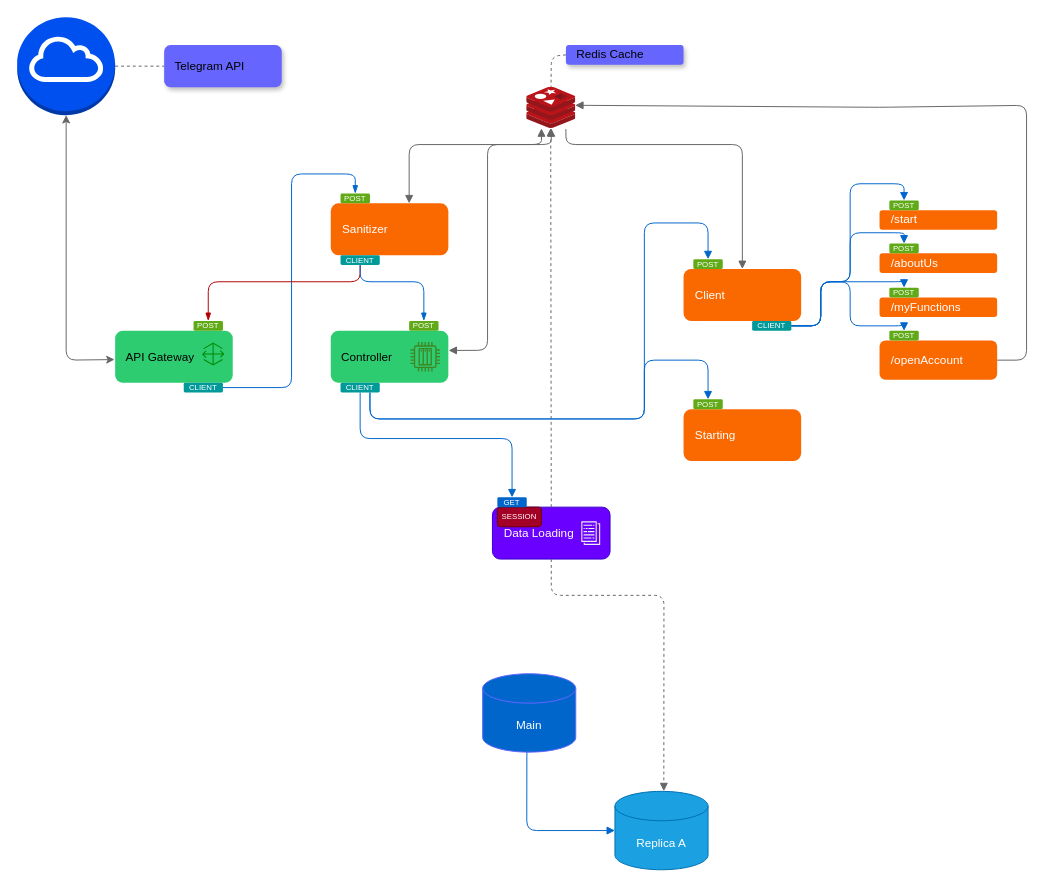
Before: microsservices.drawio in romuro-pauliv/Barium, a draw.io diagram. Source tidied: cells renumbered, new cells numbered last; positions are measured from the earlier drawing's top-left corner, leaving out a move shared by most shapes. Both pictures are drawn from the tidied source at 98%, with x=0, y=0 at pixel (17, 17).
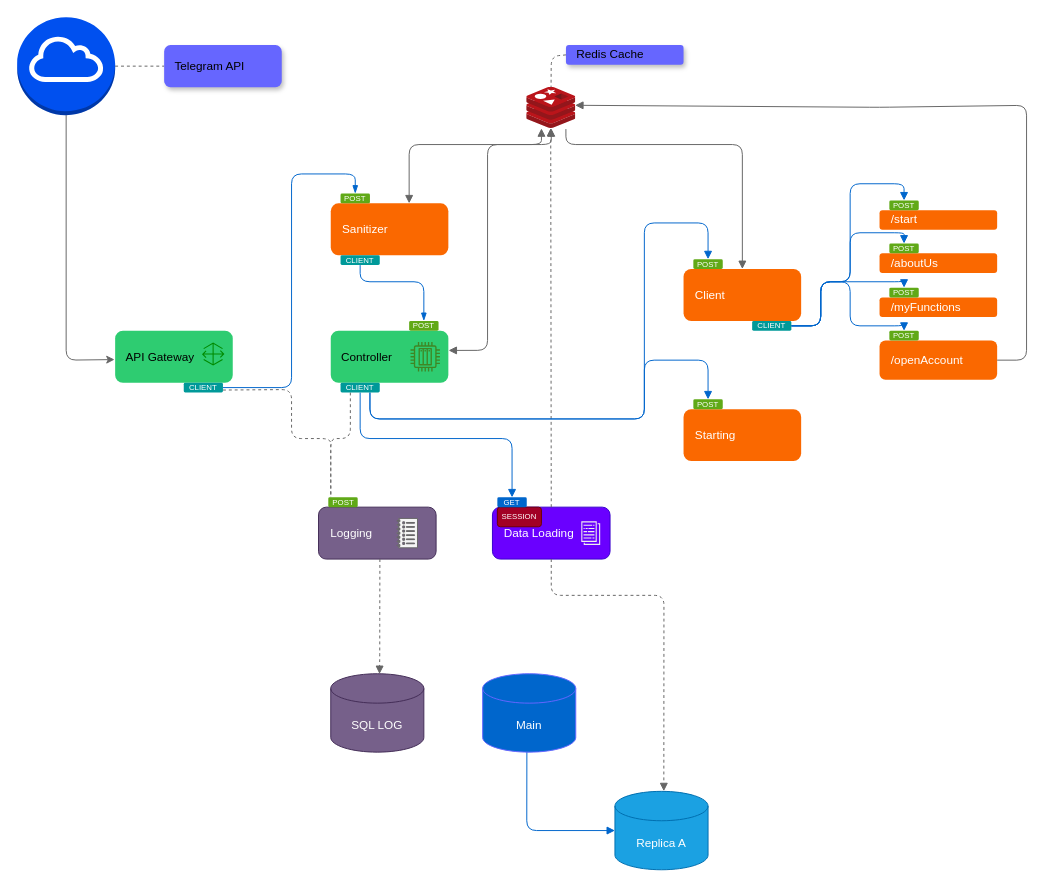
The same diagram, later.

Unchanged cells that the change refers to:
```xml
<mxCell id="4" style="outlineConnect=0;dashed=0;verticalLabelPosition=bottom;verticalAlign=top;align=center;html=1;shape=mxgraph.aws3.internet_gateway;fillColor=#0050ef;fontColor=#ffffff;strokeColor=#6666FF;" parent="1" vertex="1">
  <mxGeometry width="100" height="100" as="geometry" />
</mxCell>
<mxCell id="9" style="rounded=1;whiteSpace=wrap;html=1;strokeColor=none;fillColor=#2ECC71;shadow=0;" parent="8" vertex="1">
  <mxGeometry width="120" height="53" as="geometry" />
</mxCell>
<mxCell id="16" value="CLIENT" style="rounded=1;whiteSpace=wrap;html=1;shadow=0;strokeColor=none;fontSize=8;fillColor=#009999;fontColor=#ffffff;" parent="1" vertex="1">
  <mxGeometry x="170" y="373" width="40" height="10" as="geometry" />
</mxCell>
<mxCell id="20" value="CLIENT" style="rounded=1;whiteSpace=wrap;html=1;shadow=0;strokeColor=none;fontSize=8;fillColor=#009999;fontColor=#ffffff;" parent="1" vertex="1">
  <mxGeometry x="330" y="243" width="40" height="10" as="geometry" />
</mxCell>
<mxCell id="41" value="CLIENT" style="rounded=1;whiteSpace=wrap;html=1;shadow=0;strokeColor=none;fontSize=8;fillColor=#009999;fontColor=#ffffff;" parent="1" vertex="1">
  <mxGeometry x="330" y="373" width="40" height="10" as="geometry" />
</mxCell>
```

The edit, as a diff of the source:
```diff
@@
-    <mxCell id="3" style="edgeStyle=none;html=1;exitX=0.5;exitY=1;exitDx=0;exitDy=0;exitPerimeter=0;entryX=-0.005;entryY=0.555;entryDx=0;entryDy=0;strokeColor=#666666;endArrow=classic;endFill=1;entryPerimeter=0;startArrow=classic;startFill=1;" parent="1" edge="1" source="4" target="9">
+    <mxCell id="3" style="edgeStyle=none;html=1;exitX=0.5;exitY=1;exitDx=0;exitDy=0;exitPerimeter=0;entryX=-0.005;entryY=0.555;entryDx=0;entryDy=0;strokeColor=#666666;endArrow=classic;endFill=1;entryPerimeter=0;startArrow=none;startFill=0;" parent="1" edge="1" source="4" target="9">
       <mxGeometry relative="1" as="geometry">
         <Array as="points">
           <mxPoint x="50" y="350" />
         </Array>
       </mxGeometry>
     </mxCell>
@@
-    <mxCell id="13" value="POST" style="rounded=1;whiteSpace=wrap;html=1;shadow=0;strokeColor=none;fontSize=8;fillColor=#60a917;fontColor=#ffffff;" parent="1" vertex="1">
-      <mxGeometry x="180" y="310" width="30" height="10" as="geometry" />
-    </mxCell>
@@
+    <mxCell id="66" style="edgeStyle=none;html=1;exitX=1;exitY=0.75;exitDx=0;exitDy=0;entryX=0.086;entryY=0.018;entryDx=0;entryDy=0;startArrow=none;startFill=0;entryPerimeter=0;dashed=1;strokeColor=#666666;endArrow=none;endFill=0;" parent="1" edge="1" source="16" target="13">
+      <mxGeometry relative="1" as="geometry">
+        <Array as="points">
+          <mxPoint x="280" y="380" />
+          <mxPoint x="280" y="430" />
+          <mxPoint x="320" y="430" />
+          <mxPoint x="320" y="440" />
+        </Array>
+      </mxGeometry>
+    </mxCell>
@@
-    <mxCell id="18" style="edgeStyle=none;html=1;exitX=0.5;exitY=1;exitDx=0;exitDy=0;entryX=0.5;entryY=0;entryDx=0;entryDy=0;strokeColor=#B20000;fontSize=12;fontColor=#FFFFFF;startArrow=none;startFill=0;endArrow=blockThin;endFill=1;fillColor=#e51400;" parent="1" edge="1" source="20" target="13">
-      <mxGeometry relative="1" as="geometry">
-        <Array as="points">
-          <mxPoint x="350" y="270" />
-          <mxPoint x="195" y="270" />
-        </Array>
-      </mxGeometry>
-    </mxCell>
@@
+    <mxCell id="67" style="edgeStyle=none;html=1;exitX=0.25;exitY=1;exitDx=0;exitDy=0;entryX=0.084;entryY=-0.01;entryDx=0;entryDy=0;entryPerimeter=0;dashed=1;strokeColor=#666666;startArrow=none;startFill=0;endArrow=none;endFill=0;" parent="1" edge="1" source="41" target="13">
+      <mxGeometry relative="1" as="geometry">
+        <Array as="points">
+          <mxPoint x="340" y="430" />
+          <mxPoint x="320" y="430" />
+        </Array>
+      </mxGeometry>
+    </mxCell>
@@
+    <mxCell id="68" value="SQL LOG" style="shape=cylinder3;whiteSpace=wrap;html=1;boundedLbl=1;backgroundOutline=1;size=15;rounded=1;shadow=0;strokeColor=#432D57;fontSize=12;fontColor=#ffffff;fillColor=#76608a;" parent="1" vertex="1">
+      <mxGeometry x="320" y="670" width="95" height="80" as="geometry" />
+    </mxCell>
+    <mxCell id="69" value="Logging" style="rounded=1;whiteSpace=wrap;html=1;shadow=0;strokeColor=#432D57;fontSize=12;fillColor=#76608a;fontColor=#ffffff;align=left;spacingLeft=10;" parent="1" vertex="1">
+      <mxGeometry x="307.5" y="500" width="120" height="53" as="geometry" />
+    </mxCell>
+    <mxCell id="70" style="sketch=0;shadow=0;dashed=0;html=1;strokeColor=#666666;labelPosition=center;verticalLabelPosition=bottom;verticalAlign=top;align=center;fillColor=#f5f5f5;shape=mxgraph.mscae.oms.log_management;fontColor=#333333;" parent="1" vertex="1">
+      <mxGeometry x="387.5" y="511.5" width="21" height="30" as="geometry" />
+    </mxCell>
+    <mxCell id="13" value="POST" style="rounded=1;whiteSpace=wrap;html=1;shadow=0;strokeColor=none;fontSize=8;fillColor=#60a917;fontColor=#ffffff;" parent="1" vertex="1">
+      <mxGeometry x="317.5" y="490" width="30" height="10" as="geometry" />
+    </mxCell>
+    <mxCell id="71" style="edgeStyle=none;html=1;exitX=0.522;exitY=1;exitDx=0;exitDy=0;entryX=0.524;entryY=0.003;entryDx=0;entryDy=0;entryPerimeter=0;strokeColor=#666666;fontSize=12;fontColor=#FFFFFF;startArrow=none;startFill=0;endArrow=block;endFill=1;dashed=1;exitPerimeter=0;" parent="1" edge="1" source="69" target="68">
+      <mxGeometry relative="1" as="geometry">
+        <Array as="points">
+          <mxPoint x="370" y="620" />
+          <mxPoint x="370" y="650" />
+        </Array>
+      </mxGeometry>
+    </mxCell>
```
